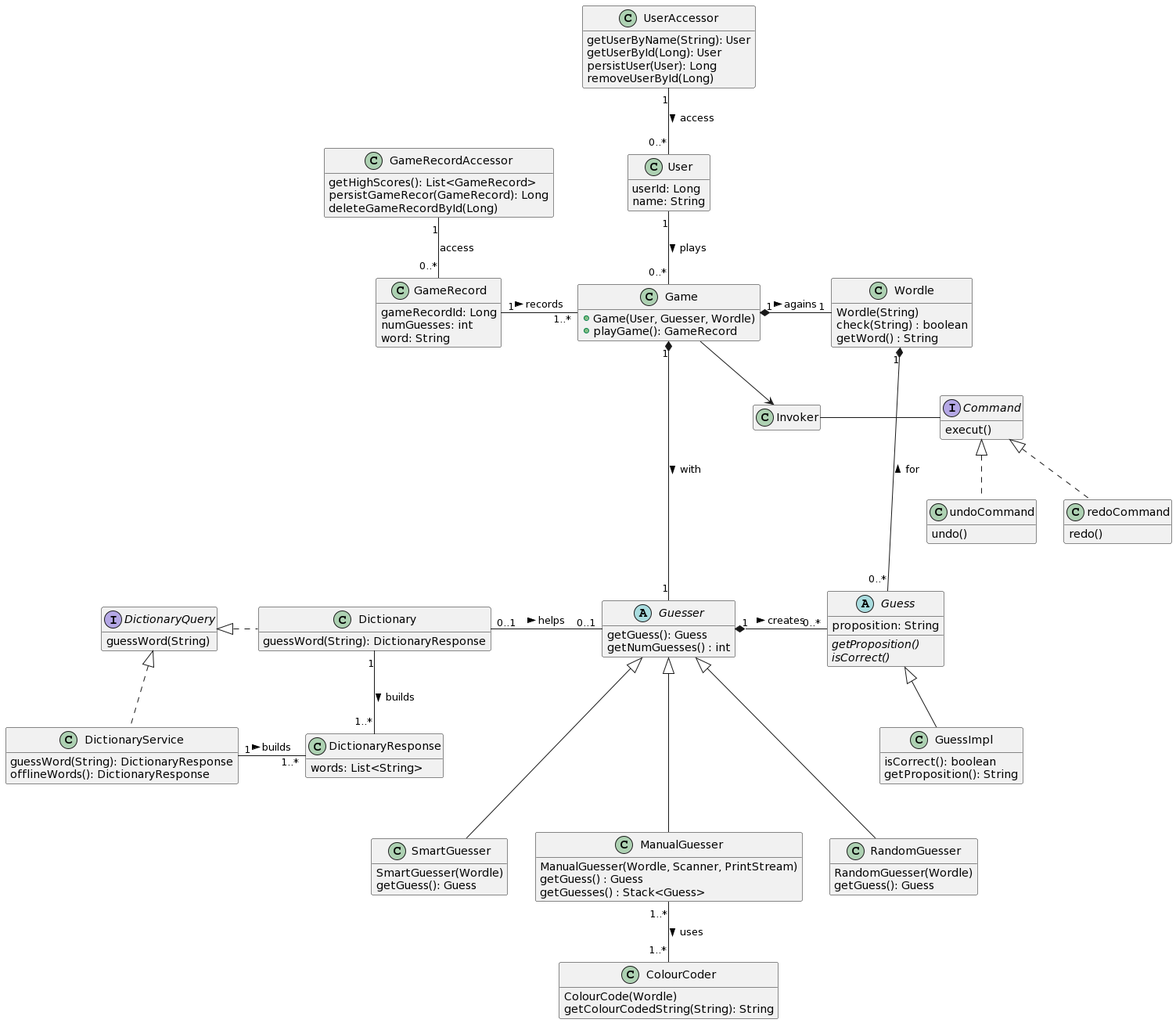
Before: uc-seng301-wordleapp-assignment5/uc-seng301-wordleapp-assignment5/diagrams/Retro-document-design.png, a diagram exported from PlantUML (Xahid-Khan/SENG301_Assignment_5).
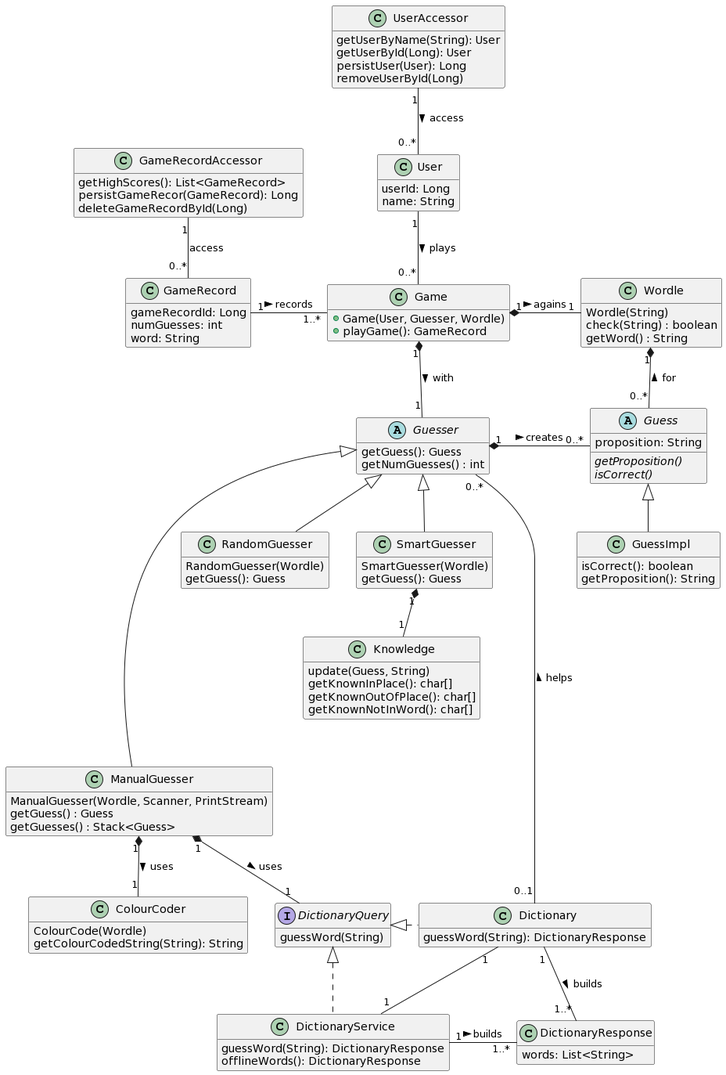
After the change.

Diff of the diagram source:
```diff
@@ -45,8 +45,8 @@
 User "1" -- "0..*" Game : plays >
 GameRecord "1" - "1..*" Game : records >
 Game "1" *- "1" Wordle : agains >
-Game "1" *---- "1" Guesser : with >
-Wordle "1" *---- "0..*" Guess : < for
+Game "1" *-- "1" Guesser : with >
+Wordle "1" *-- "0..*" Guess : < for
 
 abstract Class Guess {
   proposition: String
@@ -82,9 +82,9 @@
   getGuess(): Guess
 }
 
-Guesser <|--- ManualGuesser
-Guesser <|--- SmartGuesser
-Guesser <|--- RandomGuesser
+Guesser <|---- ManualGuesser
+Guesser <|-- SmartGuesser
+Guesser <|-- RandomGuesser
 Guesser "1" *- "0..*" Guess : creates >
 
 Class ColourCoder {
@@ -92,11 +92,21 @@
   getColourCodedString(String): String
 }
 
-ManualGuesser "1..*" -- "1..*" ColourCoder : uses >
+ManualGuesser "1" *-- "1" ColourCoder : uses >
+ManualGuesser "1" *-- "1" DictionaryQuery : uses >
 
 interface DictionaryQuery {
   guessWord(String)
 }
+
+Class Knowledge {
+  update(Guess, String)
+  getKnownInPlace(): char[]
+  getKnownOutOfPlace(): char[]
+  getKnownNotInWord(): char[]
+}
+
+SmartGuesser "1" *-- "1" Knowledge
 
 
 Class Dictionary {
@@ -115,25 +125,8 @@
 
 DictionaryQuery <|. Dictionary
 DictionaryQuery <|.. DictionaryService
-Dictionary "0..1" - "0..1" Guesser : helps >
+Dictionary "1" -- "1" DictionaryService
+Dictionary "0..1" -- "0..*" Guesser : helps >
 Dictionary "1" - "1..*" DictionaryResponse : builds >
 DictionaryService "1" - "1..*" DictionaryResponse : builds >
-
-
-interface Command {
-  execut()
-}
-
-Class undoCommand {
-  undo()
-}
-
-Class redoCommand {
-  redo()
-}
-
-Command <|.. undoCommand
-Command <|.. redoCommand
-Game --> Invoker
-Invoker - Command
 @enduml
```
